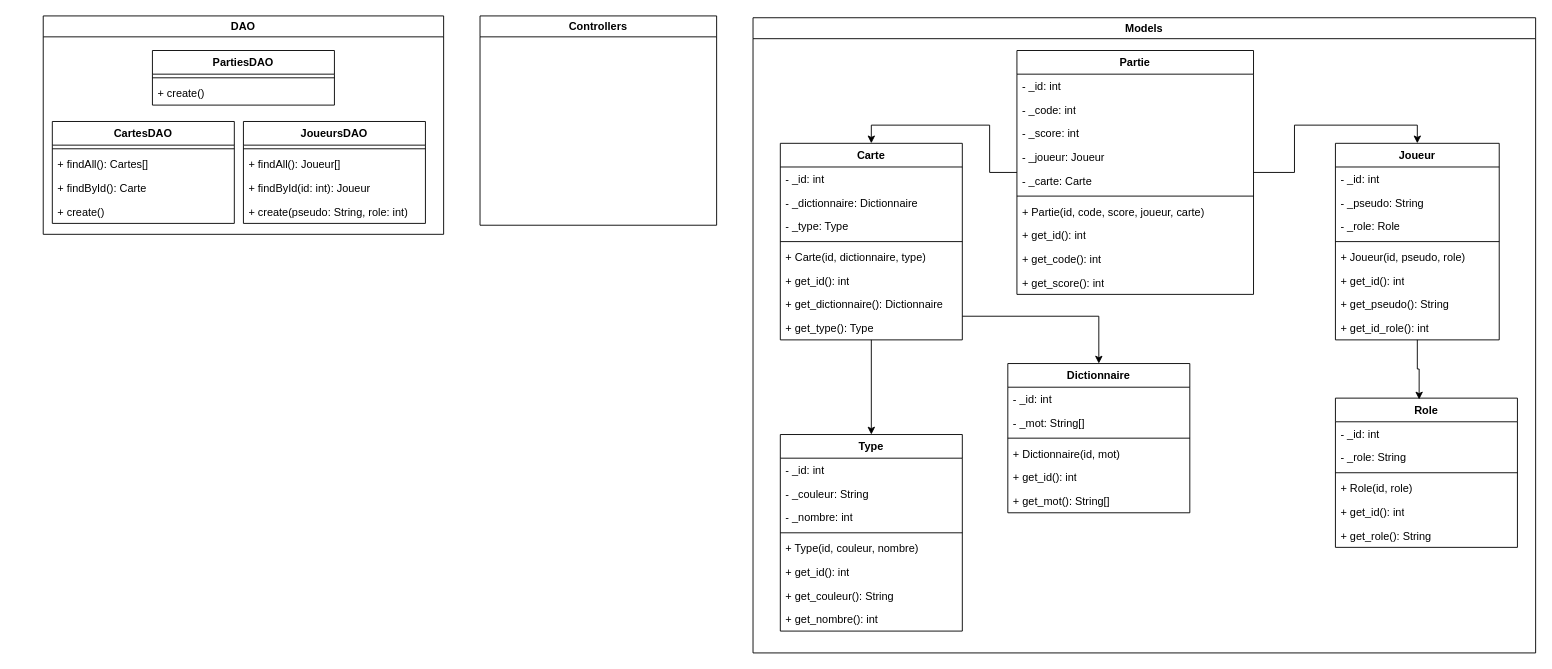
Above: UML.drawio in Lxmonexe/PolyNames (draw.io), before the change. Source tidied: cells renumbered, new cells numbered last; positions are measured from the earlier drawing's top-left corner, leaving out a move shared by most shapes. Both pictures are drawn from the tidied source at 91%, with x=0, y=0 at pixel (43, 15).
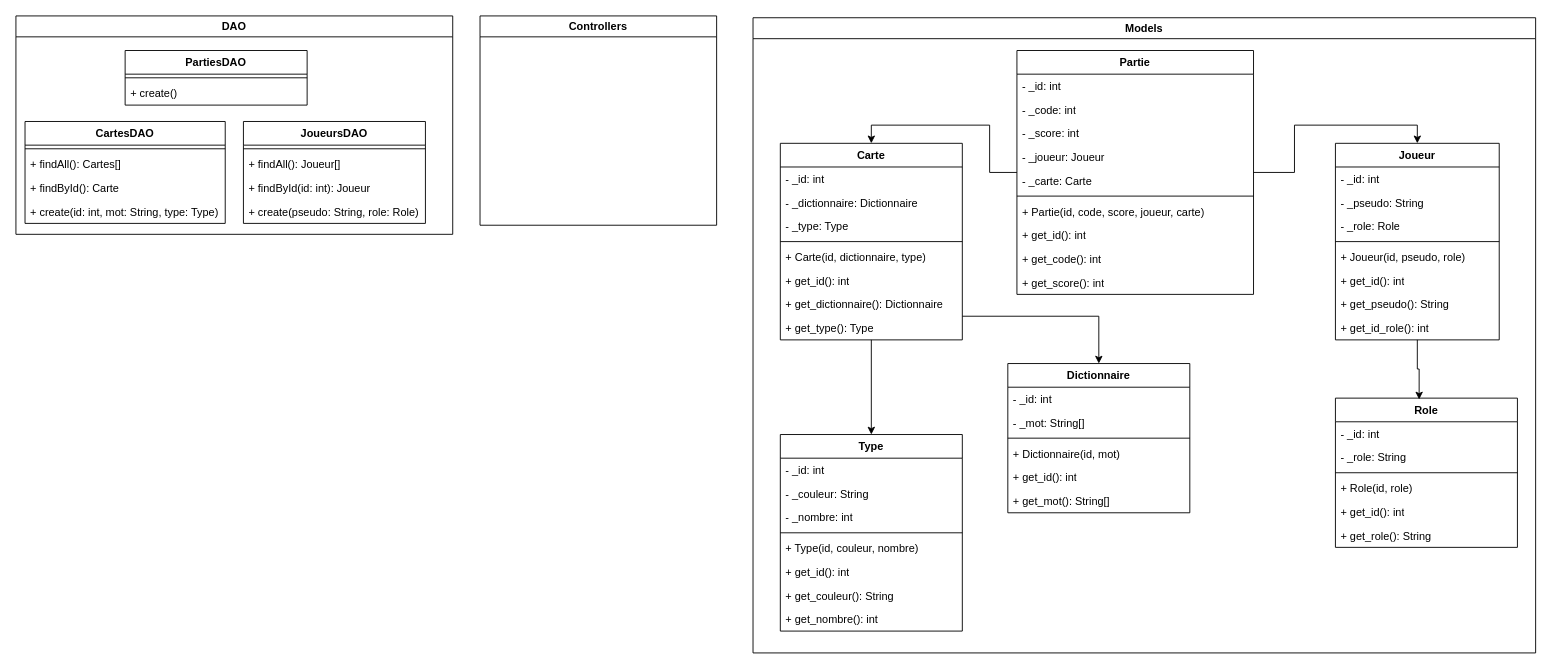
Above is the later version.

Diff of the diagram source:
```diff
@@
     <mxCell id="2" value="DAO" style="swimlane;whiteSpace=wrap;html=1;" parent="1" vertex="1">
-      <mxGeometry width="440" height="240" as="geometry" />
+      <mxGeometry x="-30" width="480" height="240" as="geometry" />
     </mxCell>
@@
     <mxCell id="6" value="&lt;div&gt;CartesDAO&lt;/div&gt;" style="swimlane;fontStyle=1;align=center;verticalAlign=top;horizontal=1;startSize=26;whiteSpace=wrap;html=1;" parent="2" vertex="1">
-      <mxGeometry x="10" y="116" width="200" height="112" as="geometry" />
+      <mxGeometry x="10" y="116" width="220" height="112" as="geometry" />
     </mxCell>
     <mxCell id="7" style="line;strokeWidth=1;fillColor=none;align=left;verticalAlign=middle;spacingTop=-1;spacingLeft=3;spacingRight=3;labelPosition=right;strokeColor=inherit;" parent="6" vertex="1">
-      <mxGeometry y="26" width="200" height="8" as="geometry" />
+      <mxGeometry y="26" width="220" height="8" as="geometry" />
     </mxCell>
     <mxCell id="8" value="+ findAll(): Cartes[]" style="text;strokeColor=none;fillColor=none;align=left;verticalAlign=top;spacingLeft=4;spacingRight=4;overflow=hidden;whiteSpace=wrap;html=1;" parent="6" vertex="1">
-      <mxGeometry y="34" width="200" height="26" as="geometry" />
+      <mxGeometry y="34" width="220" height="26" as="geometry" />
     </mxCell>
     <mxCell id="9" value="+ findById(): Carte" style="text;strokeColor=none;fillColor=none;align=left;verticalAlign=top;spacingLeft=4;spacingRight=4;overflow=hidden;whiteSpace=wrap;html=1;" parent="6" vertex="1">
-      <mxGeometry y="60" width="200" height="26" as="geometry" />
+      <mxGeometry y="60" width="220" height="26" as="geometry" />
     </mxCell>
-    <mxCell id="10" value="+ create()" style="text;strokeColor=none;fillColor=none;align=left;verticalAlign=top;spacingLeft=4;spacingRight=4;overflow=hidden;whiteSpace=wrap;html=1;" parent="6" vertex="1">
-      <mxGeometry y="86" width="200" height="26" as="geometry" />
+    <mxCell id="10" value="+ create(id: int, mot: String, type: Type)" style="text;strokeColor=none;fillColor=none;align=left;verticalAlign=top;spacingLeft=4;spacingRight=4;overflow=hidden;whiteSpace=wrap;html=1;" parent="6" vertex="1">
+      <mxGeometry y="86" width="220" height="26" as="geometry" />
     </mxCell>
     <mxCell id="11" value="&lt;div&gt;JoueursDAO&lt;/div&gt;" style="swimlane;fontStyle=1;align=center;verticalAlign=top;horizontal=1;startSize=26;whiteSpace=wrap;html=1;" parent="2" vertex="1">
-      <mxGeometry x="220" y="116" width="200" height="112" as="geometry" />
+      <mxGeometry x="250" y="116" width="200" height="112" as="geometry" />
     </mxCell>
@@
-    <mxCell id="15" value="+ create(pseudo: String, role: int)" style="text;strokeColor=none;fillColor=none;align=left;verticalAlign=top;spacingLeft=4;spacingRight=4;overflow=hidden;whiteSpace=wrap;html=1;" parent="11" vertex="1">
+    <mxCell id="15" value="+ create(pseudo: String, role: Role&lt;span style=&quot;background-color: initial;&quot;&gt;)&lt;/span&gt;" style="text;strokeColor=none;fillColor=none;align=left;verticalAlign=top;spacingLeft=4;spacingRight=4;overflow=hidden;whiteSpace=wrap;html=1;" parent="11" vertex="1">
       <mxGeometry y="86" width="200" height="26" as="geometry" />
     </mxCell>
```
